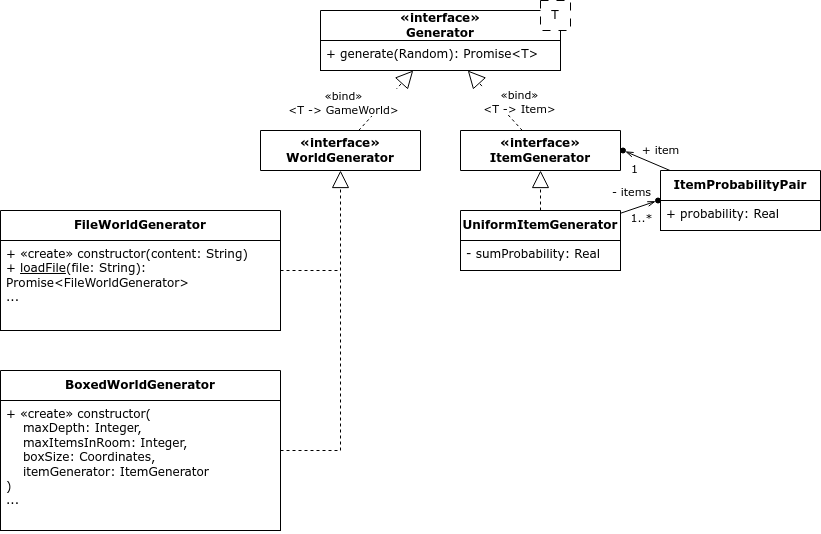
ProgMiner/Lab_SoftwareDevelopment keeps this draw.io diagram as uml/world_generator_classes.drawio.png. Above is the earlier version. Source tidied: cells renumbered, new cells last; positions are measured from the earlier drawing's top-left corner, leaving out a move shared by most shapes.
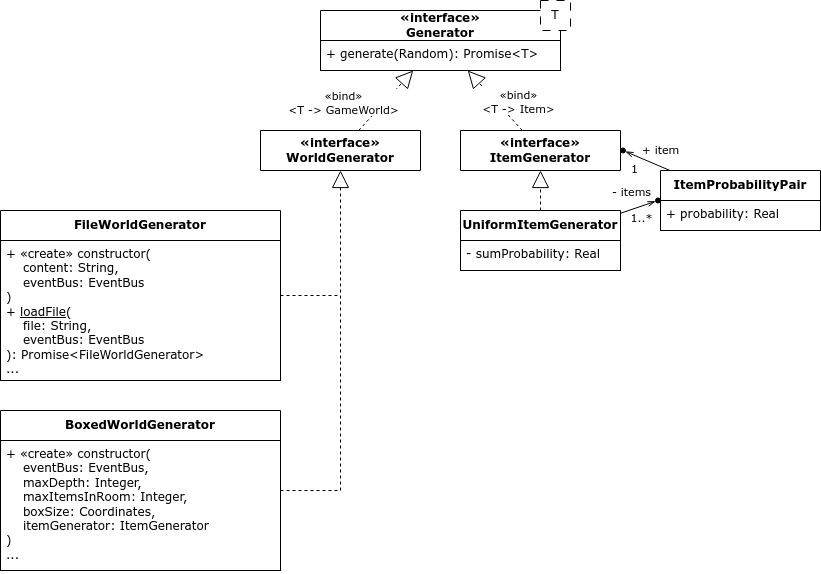
Later version of the same file.

Diff of the diagram source:
```diff
@@ -71,27 +71,27 @@
       <mxGeometry relative="1" as="geometry" />
     </mxCell>
     <mxCell id="22" value="FileWorldGenerator" style="swimlane;fontStyle=1;align=center;verticalAlign=middle;horizontal=1;startSize=30;whiteSpace=wrap;html=1;fillColor=default;" parent="1" vertex="1">
-      <mxGeometry y="210" width="280" height="120" as="geometry" />
+      <mxGeometry y="210" width="280" height="170" as="geometry" />
     </mxCell>
-    <mxCell id="23" value="+ «create» constructor(content: String)&lt;br&gt;+ &lt;u&gt;loadFile&lt;/u&gt;(file: String): Promise&amp;lt;FileWorldGenerator&amp;gt;&lt;br&gt;..." style="text;strokeColor=default;fillColor=default;align=left;verticalAlign=top;spacingLeft=4;spacingRight=4;overflow=hidden;whiteSpace=wrap;html=1;" parent="22" vertex="1">
-      <mxGeometry y="30" width="280" height="90" as="geometry" />
+    <mxCell id="23" value="+ «create» constructor(&lt;br&gt;&amp;nbsp; &amp;nbsp; content: String,&lt;br&gt;&amp;nbsp; &amp;nbsp; eventBus: EventBus&lt;br&gt;)&lt;br&gt;+ &lt;u&gt;loadFile&lt;/u&gt;(&lt;br&gt;&amp;nbsp; &amp;nbsp; file: String,&lt;br&gt;&amp;nbsp; &amp;nbsp; eventBus: EventBus&lt;br&gt;): Promise&amp;lt;FileWorldGenerator&amp;gt;&lt;br&gt;..." style="text;strokeColor=default;fillColor=default;align=left;verticalAlign=top;spacingLeft=4;spacingRight=4;overflow=hidden;whiteSpace=wrap;html=1;" parent="22" vertex="1">
+      <mxGeometry y="30" width="280" height="140" as="geometry" />
     </mxCell>
     <mxCell id="24" value="BoxedWorldGenerator" style="swimlane;fontStyle=1;align=center;verticalAlign=middle;horizontal=1;startSize=30;whiteSpace=wrap;html=1;fillColor=default;" parent="1" vertex="1">
-      <mxGeometry y="370" width="280" height="160" as="geometry" />
+      <mxGeometry y="410" width="280" height="160" as="geometry" />
     </mxCell>
-    <mxCell id="25" value="+ «create» constructor(&lt;br&gt;&amp;nbsp; &amp;nbsp; maxDepth: Integer,&lt;br&gt;&amp;nbsp; &amp;nbsp; maxItemsInRoom: Integer,&lt;br&gt;&amp;nbsp; &amp;nbsp; boxSize: Coordinates,&lt;br&gt;&amp;nbsp; &amp;nbsp; itemGenerator: ItemGenerator&lt;br&gt;)&lt;br&gt;..." style="text;strokeColor=default;fillColor=default;align=left;verticalAlign=top;spacingLeft=4;spacingRight=4;overflow=hidden;whiteSpace=wrap;html=1;" parent="24" vertex="1">
+    <mxCell id="25" value="+ «create» constructor(&lt;br&gt;&amp;nbsp; &amp;nbsp; eventBus: EventBus,&lt;br&gt;&amp;nbsp; &amp;nbsp; maxDepth: Integer,&lt;br&gt;&amp;nbsp; &amp;nbsp; maxItemsInRoom: Integer,&lt;br&gt;&amp;nbsp; &amp;nbsp; boxSize: Coordinates,&lt;br&gt;&amp;nbsp; &amp;nbsp; itemGenerator: ItemGenerator&lt;br&gt;)&lt;br&gt;..." style="text;strokeColor=default;fillColor=default;align=left;verticalAlign=top;spacingLeft=4;spacingRight=4;overflow=hidden;whiteSpace=wrap;html=1;" parent="24" vertex="1">
       <mxGeometry y="30" width="280" height="130" as="geometry" />
     </mxCell>
     <mxCell id="26" style="endArrow=block;endSize=15;endFill=0;html=1;rounded=0;dashed=1;" parent="1" edge="1" source="24" target="5">
       <mxGeometry relative="1" as="geometry">
         <Array as="points">
-          <mxPoint x="340" y="450" />
+          <mxPoint x="340" y="490" />
         </Array>
       </mxGeometry>
     </mxCell>
     <mxCell id="27" style="endArrow=none;html=1;rounded=0;dashed=1;" parent="1" edge="1" source="22">
       <mxGeometry relative="1" as="geometry">
-        <mxPoint x="340" y="270" as="targetPoint" />
+        <mxPoint x="340" y="295" as="targetPoint" />
       </mxGeometry>
     </mxCell>
   </root>
```
